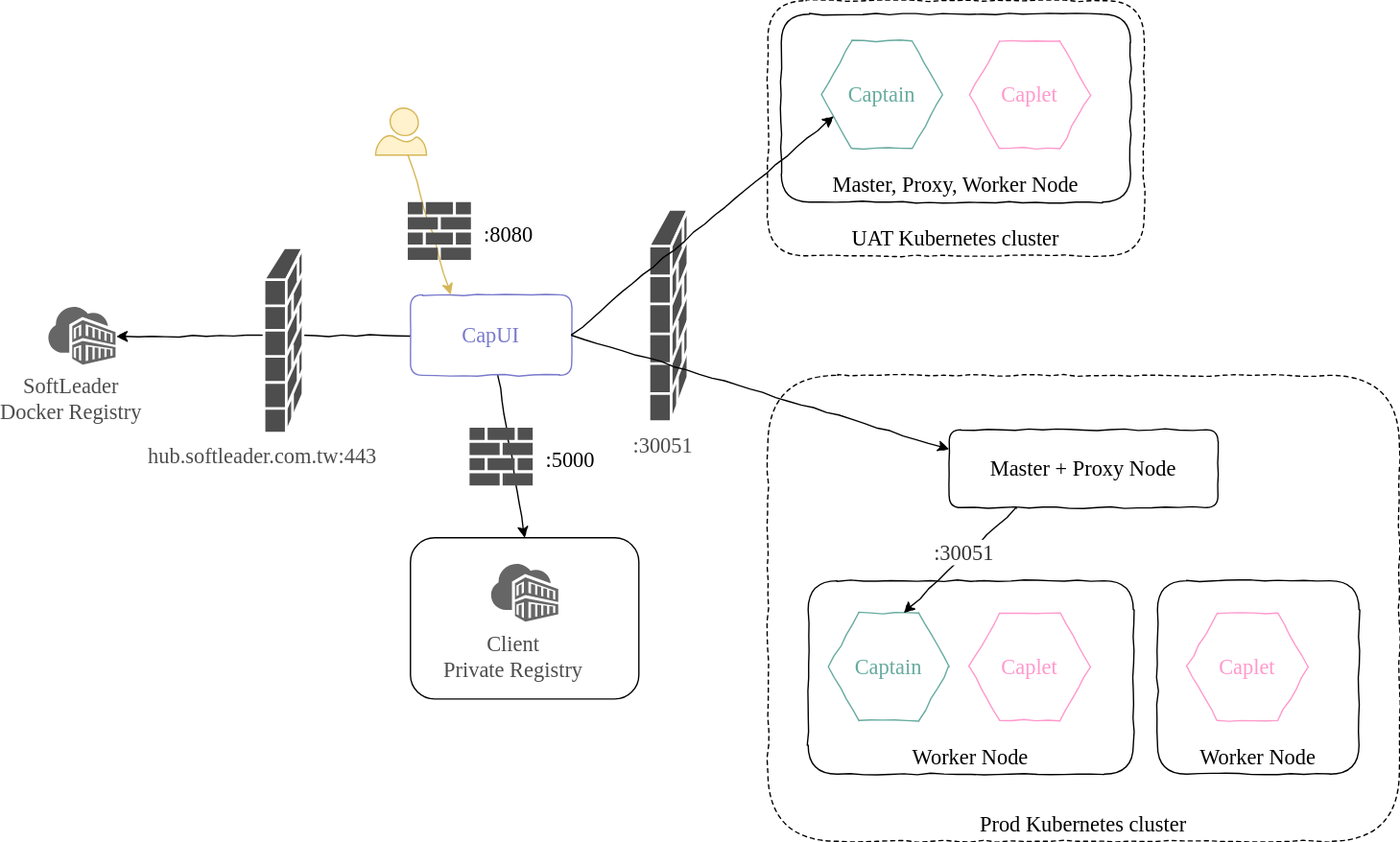
The draw.io diagram images/cluster-modes-multi.svg in softleader/captain-kube, before a commit. Source tidied: cells renumbered, new cells last; positions are measured from the earlier drawing's top-left corner, leaving out a move shared by most shapes.
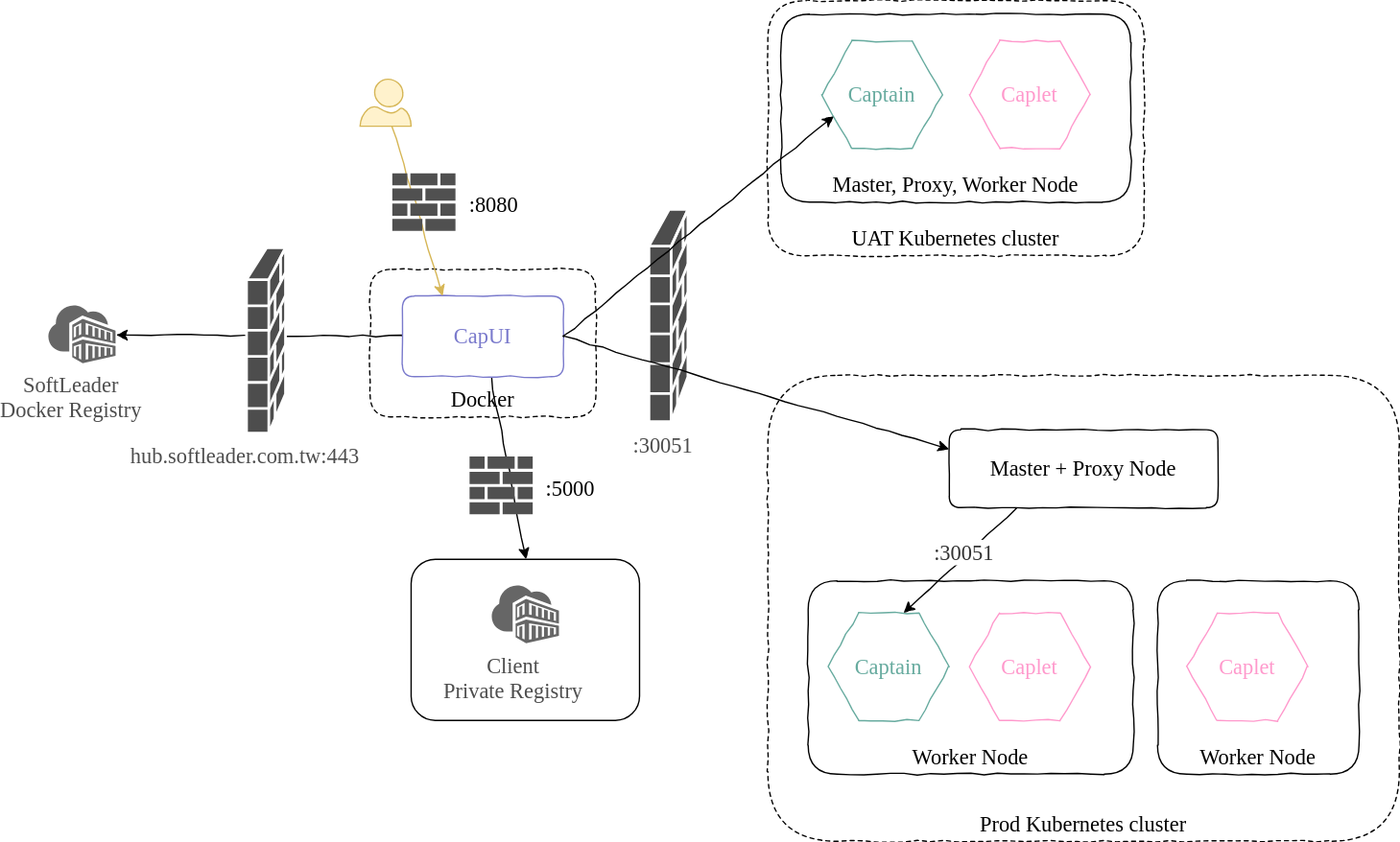
Above is the later version.

Diff of the diagram source:
```diff
@@ -2,6 +2,9 @@
   <root>
     <mxCell id="0" />
     <mxCell id="1" parent="0" />
+    <mxCell id="34" value="Docker" style="rounded=1;comic=1;fontFamily=Comic Sans MS;verticalAlign=bottom;fontSize=16;dashed=1;" parent="1" vertex="1">
+      <mxGeometry x="240" y="200" width="168" height="110" as="geometry" />
+    </mxCell>
     <mxCell id="2" style="edgeStyle=none;rounded=0;html=1;entryX=1;entryY=0.5;entryPerimeter=0;jettySize=auto;fontFamily=Comic Sans MS;fontSize=16;fontColor=#7A7ACC;comic=1;" parent="1" edge="1" source="4" target="16">
       <mxGeometry relative="1" as="geometry" />
     </mxCell>
@@ -9,16 +12,16 @@
       <mxGeometry relative="1" as="geometry" />
     </mxCell>
     <mxCell id="4" value="CapUI" style="rounded=1;strokeColor=#7A7ACC;fontColor=#7A7ACC;fontFamily=Comic Sans MS;fontSize=16;comic=1;" parent="1" vertex="1">
-      <mxGeometry x="270" y="219" width="120" height="60" as="geometry" />
+      <mxGeometry x="264" y="220" width="120" height="60" as="geometry" />
     </mxCell>
     <mxCell id="5" style="rounded=0;html=1;entryX=0.25;entryY=0;jettySize=auto;fontFamily=Comic Sans MS;fontSize=16;fontColor=#7A7ACC;comic=1;fillColor=#fff2cc;strokeColor=#d6b656;" parent="1" edge="1" source="6" target="4">
       <mxGeometry relative="1" as="geometry" />
     </mxCell>
     <mxCell id="6" style="verticalLabelPosition=bottom;html=1;verticalAlign=top;align=center;strokeColor=#d6b656;fillColor=#fff2cc;shape=mxgraph.azure.user;fontFamily=Comic Sans MS;fontSize=16;" parent="1" vertex="1">
-      <mxGeometry x="244" y="80" width="38" height="35" as="geometry" />
+      <mxGeometry x="232.5" y="58.5" width="38" height="35" as="geometry" />
     </mxCell>
     <mxCell id="7" style="group;" parent="1" vertex="1">
-      <mxGeometry x="314" y="318" width="115" height="43" as="geometry" />
+      <mxGeometry x="314" y="339.5" width="115" height="43" as="geometry" />
     </mxCell>
     <mxCell id="8" value="&lt;font color=&quot;#000000&quot;&gt;:5000&lt;/font&gt;" style="text;html=1;align=left;verticalAlign=top;spacingTop=-4;fontSize=16;fontFamily=Comic Sans MS;fontColor=#7A7ACC;" parent="7" vertex="1">
       <mxGeometry x="55" y="11.5" width="60" height="20" as="geometry" />
@@ -42,13 +45,13 @@
       <mxGeometry x="686" y="30" width="90" height="80" as="geometry" />
     </mxCell>
     <mxCell id="15" value="&lt;font color=&quot;#4d4d4d&quot;&gt;hub.softleader.com.tw:443&lt;/font&gt;" style="shape=mxgraph.cisco.security.firewall;html=1;dashed=0;fillColor=#4D4D4D;strokeColor=#ffffff;strokeWidth=2;verticalLabelPosition=bottom;verticalAlign=top;fontFamily=Comic Sans MS;fontSize=16;fontColor=#7A7ACC;" parent="1" vertex="1">
-      <mxGeometry x="161" y="184" width="29" height="138" as="geometry" />
+      <mxGeometry x="148" y="184" width="29" height="138" as="geometry" />
     </mxCell>
     <mxCell id="16" value="&lt;font color=&quot;#4d4d4d&quot;&gt;SoftLeader &lt;br&gt;Docker Registry&lt;/font&gt;" style="shadow=0;dashed=0;html=1;strokeColor=none;labelPosition=center;verticalLabelPosition=bottom;verticalAlign=top;align=center;shape=mxgraph.mscae.cloud.container_registry;fillColor=#666666;fontFamily=Comic Sans MS;fontSize=16;fontColor=#7A7ACC;" parent="1" vertex="1">
-      <mxGeometry x="0.5" y="228" width="50" height="43" as="geometry" />
+      <mxGeometry x="0.5" y="227" width="50" height="43" as="geometry" />
     </mxCell>
     <mxCell id="17" style="group;" parent="1" vertex="1">
-      <mxGeometry x="270" y="400" width="170" height="120" as="geometry" />
+      <mxGeometry x="270.5" y="416" width="170" height="120" as="geometry" />
     </mxCell>
     <mxCell id="18" value="&lt;font color=&quot;#4d4d4d&quot;&gt;Client&lt;br&gt;Private Registry&lt;/font&gt;" style="shadow=0;dashed=0;html=1;strokeColor=none;labelPosition=center;verticalLabelPosition=bottom;verticalAlign=top;align=center;shape=mxgraph.mscae.cloud.container_registry;fillColor=#666666;fontFamily=Comic Sans MS;fontSize=16;fontColor=#7A7ACC;" parent="17" vertex="1">
       <mxGeometry x="60" y="19.5" width="50" height="43" as="geometry" />
@@ -57,7 +60,7 @@
       <mxGeometry width="170" height="120" as="geometry" />
     </mxCell>
     <mxCell id="20" style="group;" parent="1" vertex="1">
-      <mxGeometry x="268" y="150" width="115" height="43" as="geometry" />
+      <mxGeometry x="256.5" y="128.5" width="115" height="43" as="geometry" />
     </mxCell>
     <mxCell id="21" value="&lt;font color=&quot;#000000&quot;&gt;:8080&lt;/font&gt;" style="text;html=1;align=left;verticalAlign=top;spacingTop=-4;fontSize=16;fontFamily=Comic Sans MS;fontColor=#7A7ACC;" parent="20" vertex="1">
       <mxGeometry x="55" y="11.5" width="60" height="20" as="geometry" />
```
